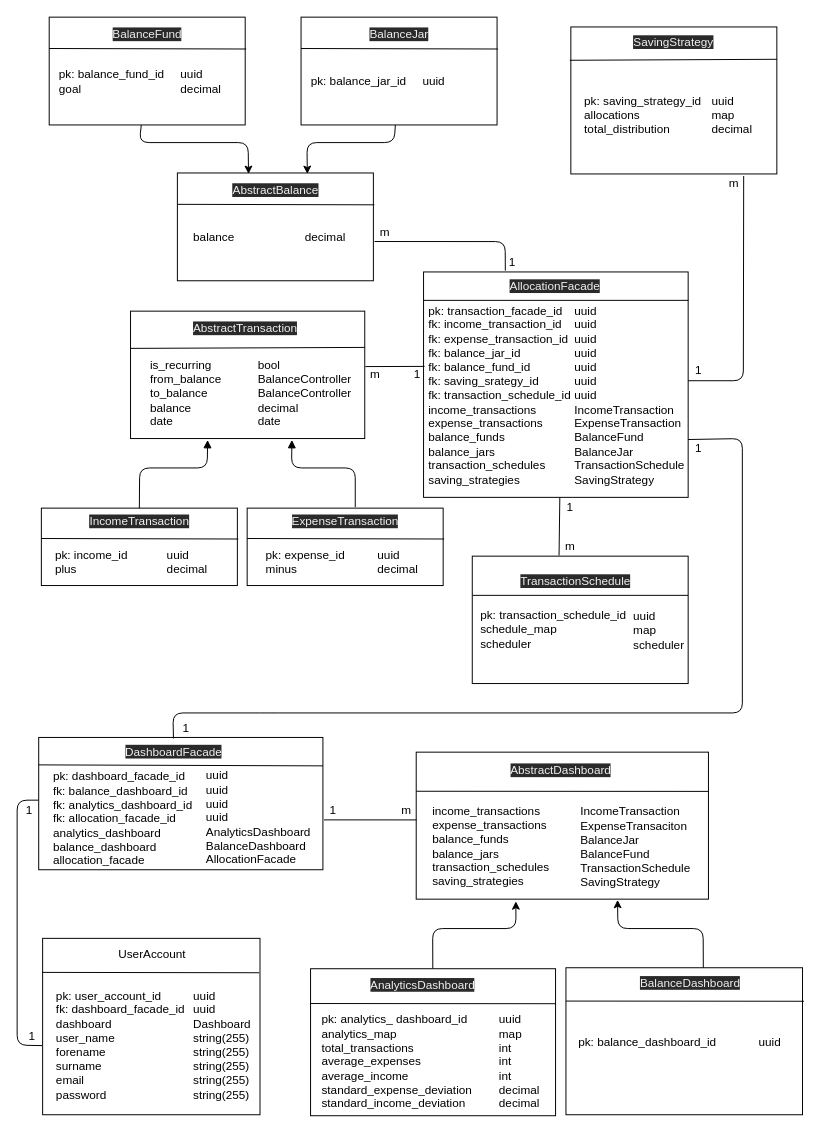
Before: backend/entities.drawio in quantumfate/moneyjar, a draw.io diagram. Source tidied: cells renumbered, new cells numbered last; positions are measured from the earlier drawing's top-left corner, leaving out a move shared by most shapes. Both pictures are drawn from the tidied source at 98%, with x=0, y=0 at pixel (17, 17).
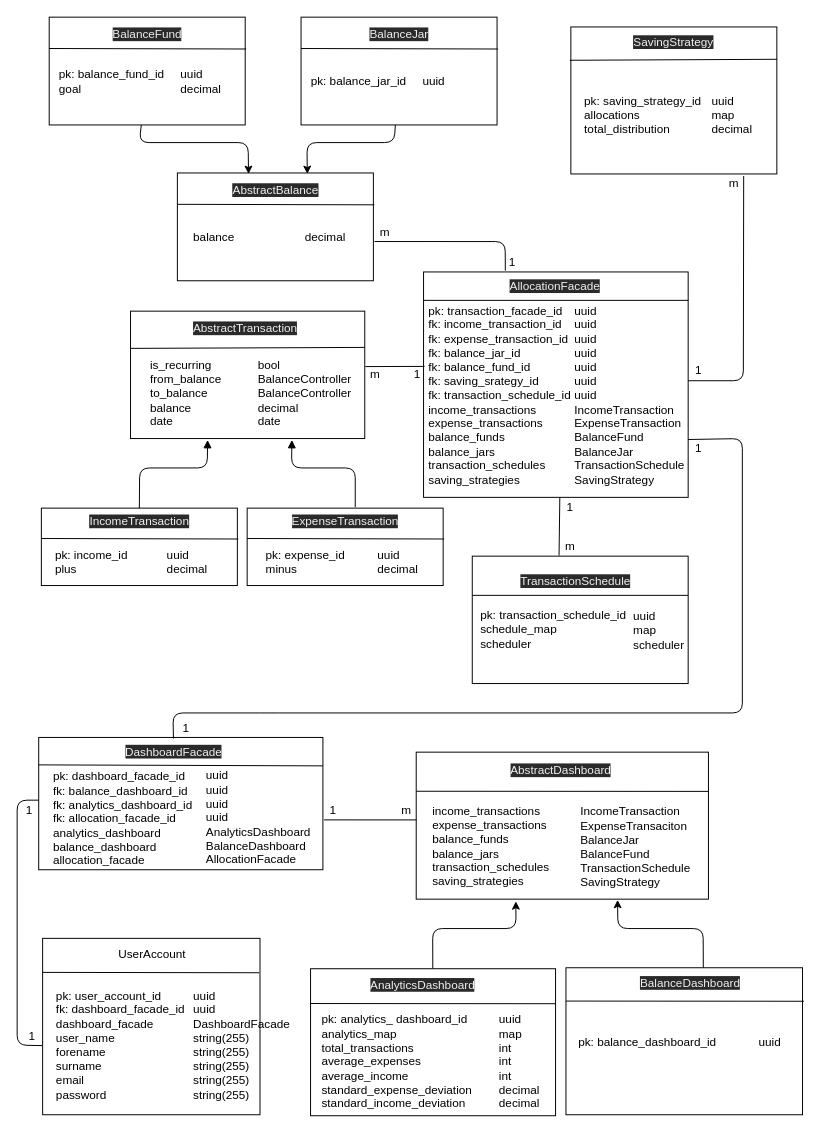
After the change.

What changed in the source:
```diff
@@
-    <mxCell id="7" value="pk: user_account_id&lt;br&gt;fk: dashboard_facade_id&lt;br&gt;dashboard&lt;br&gt;user_name&lt;br&gt;forename&lt;br&gt;surname&lt;br&gt;email&lt;br&gt;password" style="text;html=1;strokeColor=none;fillColor=none;align=left;verticalAlign=middle;whiteSpace=wrap;rounded=0;" parent="1" vertex="1">
+    <mxCell id="7" value="pk: user_account_id&lt;br&gt;fk: dashboard_facade_id&lt;br&gt;dashboard_facade&lt;br&gt;user_name&lt;br&gt;forename&lt;br&gt;surname&lt;br&gt;email&lt;br&gt;password" style="text;html=1;strokeColor=none;fillColor=none;align=left;verticalAlign=middle;whiteSpace=wrap;rounded=0;" parent="1" vertex="1">
       <mxGeometry x="37.8" y="999" width="138.2" height="100" as="geometry" />
     </mxCell>
-    <mxCell id="8" value="uuid&lt;br&gt;uuid&lt;br&gt;Dashboard&lt;br&gt;string(255)&lt;br&gt;string(255)&lt;br&gt;string(255)&lt;br&gt;string(255)&lt;br&gt;string(255)" style="text;html=1;align=left;verticalAlign=middle;strokeColor=none;fillColor=none;" parent="1" vertex="1">
-      <mxGeometry x="177.8" y="989" width="70" height="120" as="geometry" />
+    <mxCell id="8" value="uuid&lt;br&gt;uuid&lt;br&gt;DashboardFacade&lt;br&gt;string(255)&lt;br&gt;string(255)&lt;br&gt;string(255)&lt;br&gt;string(255)&lt;br&gt;string(255)" style="text;html=1;align=left;verticalAlign=middle;strokeColor=none;fillColor=none;" parent="1" vertex="1">
+      <mxGeometry x="177.8" y="989" width="110" height="120" as="geometry" />
     </mxCell>
```
